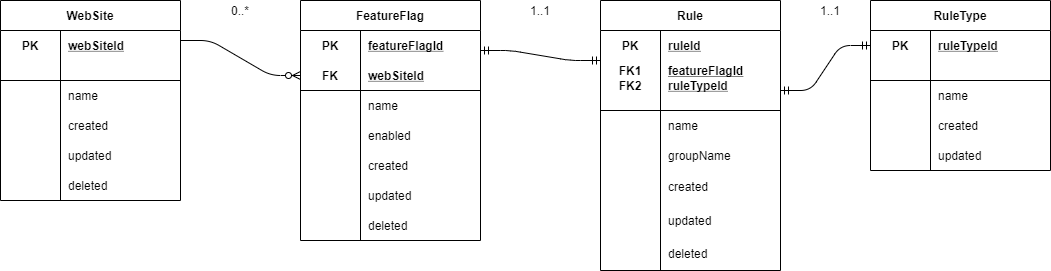
The draw.io diagram TechnicalDesignExercise/FeatureFlagging-EntityRelationshipDiagram.png in mark-stoker/AgencyPropertyCleanup, before a commit. Source tidied: cells renumbered, new cells last; positions are measured from the earlier drawing's top-left corner, leaving out a move shared by most shapes.
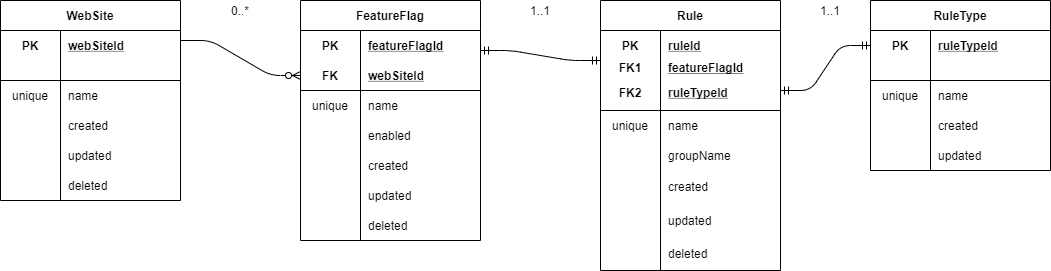
The same diagram one commit later.

Change to the diagram source:
```diff
@@ -26,7 +26,7 @@
     <mxCell id="9" style="shape=partialRectangle;fillColor=none;top=0;left=0;bottom=0;right=0;" parent="2" vertex="1">
       <mxGeometry y="80" width="180" height="30" as="geometry" />
     </mxCell>
-    <mxCell id="10" style="shape=partialRectangle;fillColor=none;top=0;left=0;bottom=0;right=0;overflow=hidden;" parent="9" vertex="1">
+    <mxCell id="10" value="unique" style="shape=partialRectangle;fillColor=none;top=0;left=0;bottom=0;right=0;overflow=hidden;" parent="9" vertex="1">
       <mxGeometry width="60" height="30" as="geometry" />
     </mxCell>
     <mxCell id="11" value="name" style="shape=partialRectangle;fillColor=none;top=0;left=0;bottom=0;right=0;align=left;spacingLeft=6;overflow=hidden;" parent="9" vertex="1">
@@ -62,16 +62,16 @@
     <mxCell id="21" style="shape=partialRectangle;fillColor=none;top=0;left=0;bottom=1;right=0;" parent="17" vertex="1">
       <mxGeometry y="60" width="180" height="50" as="geometry" />
     </mxCell>
-    <mxCell id="22" value="FK2" style="shape=partialRectangle;fillColor=none;top=0;left=0;bottom=0;right=0;fontStyle=1;overflow=hidden;" parent="21" vertex="1">
+    <mxCell id="22" value="&#10;FK2" style="shape=partialRectangle;fillColor=none;top=0;left=0;bottom=0;right=0;fontStyle=1;overflow=hidden;" parent="21" vertex="1">
       <mxGeometry width="60" height="50" as="geometry" />
     </mxCell>
-    <mxCell id="23" value="ruleTypeId" style="shape=partialRectangle;fillColor=none;top=0;left=0;bottom=0;right=0;align=left;spacingLeft=6;fontStyle=5;overflow=hidden;" parent="21" vertex="1">
+    <mxCell id="23" value="&#10;ruleTypeId" style="shape=partialRectangle;fillColor=none;top=0;left=0;bottom=0;right=0;align=left;spacingLeft=6;fontStyle=5;overflow=hidden;" parent="21" vertex="1">
       <mxGeometry x="60" width="120" height="50" as="geometry" />
     </mxCell>
     <mxCell id="24" style="shape=partialRectangle;fillColor=none;top=0;left=0;bottom=0;right=0;" parent="17" vertex="1">
       <mxGeometry y="110" width="180" height="30" as="geometry" />
     </mxCell>
-    <mxCell id="25" style="shape=partialRectangle;fillColor=none;top=0;left=0;bottom=0;right=0;overflow=hidden;" parent="24" vertex="1">
+    <mxCell id="25" value="unique" style="shape=partialRectangle;fillColor=none;top=0;left=0;bottom=0;right=0;overflow=hidden;" parent="24" vertex="1">
       <mxGeometry width="60" height="30" as="geometry" />
     </mxCell>
     <mxCell id="26" value="name" style="shape=partialRectangle;fillColor=none;top=0;left=0;bottom=0;right=0;align=left;spacingLeft=6;overflow=hidden;" parent="24" vertex="1">
@@ -86,11 +86,11 @@
     <mxCell id="29" value="groupName" style="shape=partialRectangle;fillColor=none;top=0;left=0;bottom=0;right=0;align=left;spacingLeft=6;overflow=hidden;" parent="27" vertex="1">
       <mxGeometry x="60" width="120" height="30" as="geometry" />
     </mxCell>
-    <mxCell id="30" value="FK1" style="shape=partialRectangle;fillColor=none;top=0;left=0;bottom=0;right=0;fontStyle=1;overflow=hidden;" parent="16" vertex="1">
-      <mxGeometry y="54.2" width="60" height="32.5" as="geometry" />
+    <mxCell id="30" value="&#10;FK1" style="shape=partialRectangle;fillColor=none;top=0;left=0;bottom=0;right=0;fontStyle=1;overflow=hidden;" parent="16" vertex="1">
+      <mxGeometry y="44.2" width="60" height="32.5" as="geometry" />
     </mxCell>
-    <mxCell id="31" value="featureFlagId" style="shape=partialRectangle;fillColor=none;top=0;left=0;bottom=0;right=0;align=left;spacingLeft=6;fontStyle=5;overflow=hidden;" parent="16" vertex="1">
-      <mxGeometry x="60" y="54.2" width="120" height="32.5" as="geometry" />
+    <mxCell id="31" value="&#10;featureFlagId" style="shape=partialRectangle;fillColor=none;top=0;left=0;bottom=0;right=0;align=left;spacingLeft=6;fontStyle=5;overflow=hidden;" parent="16" vertex="1">
+      <mxGeometry x="60" y="44.2" width="120" height="32.5" as="geometry" />
     </mxCell>
     <mxCell id="32" value="updated" style="shape=partialRectangle;fillColor=none;top=0;left=0;bottom=0;right=0;align=left;spacingLeft=6;overflow=hidden;" parent="16" vertex="1">
       <mxGeometry x="60" y="204.2" width="120" height="32.5" as="geometry" />
@@ -128,7 +128,7 @@
     <mxCell id="43" style="shape=partialRectangle;fillColor=none;top=0;left=0;bottom=0;right=0;" parent="36" vertex="1">
       <mxGeometry y="80" width="180" height="30" as="geometry" />
     </mxCell>
-    <mxCell id="44" style="shape=partialRectangle;fillColor=none;top=0;left=0;bottom=0;right=0;overflow=hidden;" parent="43" vertex="1">
+    <mxCell id="44" value="unique" style="shape=partialRectangle;fillColor=none;top=0;left=0;bottom=0;right=0;overflow=hidden;" parent="43" vertex="1">
       <mxGeometry width="60" height="30" as="geometry" />
     </mxCell>
     <mxCell id="45" value="name" style="shape=partialRectangle;fillColor=none;top=0;left=0;bottom=0;right=0;align=left;spacingLeft=6;overflow=hidden;" parent="43" vertex="1">
@@ -176,7 +176,7 @@
     <mxCell id="59" style="shape=partialRectangle;fillColor=none;top=0;left=0;bottom=0;right=0;" parent="52" vertex="1">
       <mxGeometry y="90" width="180" height="30" as="geometry" />
     </mxCell>
-    <mxCell id="60" style="shape=partialRectangle;fillColor=none;top=0;left=0;bottom=0;right=0;overflow=hidden;" parent="59" vertex="1">
+    <mxCell id="60" value="unique" style="shape=partialRectangle;fillColor=none;top=0;left=0;bottom=0;right=0;overflow=hidden;" parent="59" vertex="1">
       <mxGeometry width="60" height="30" as="geometry" />
     </mxCell>
     <mxCell id="61" value="name" style="shape=partialRectangle;fillColor=none;top=0;left=0;bottom=0;right=0;align=left;spacingLeft=6;overflow=hidden;" parent="59" vertex="1">
```
